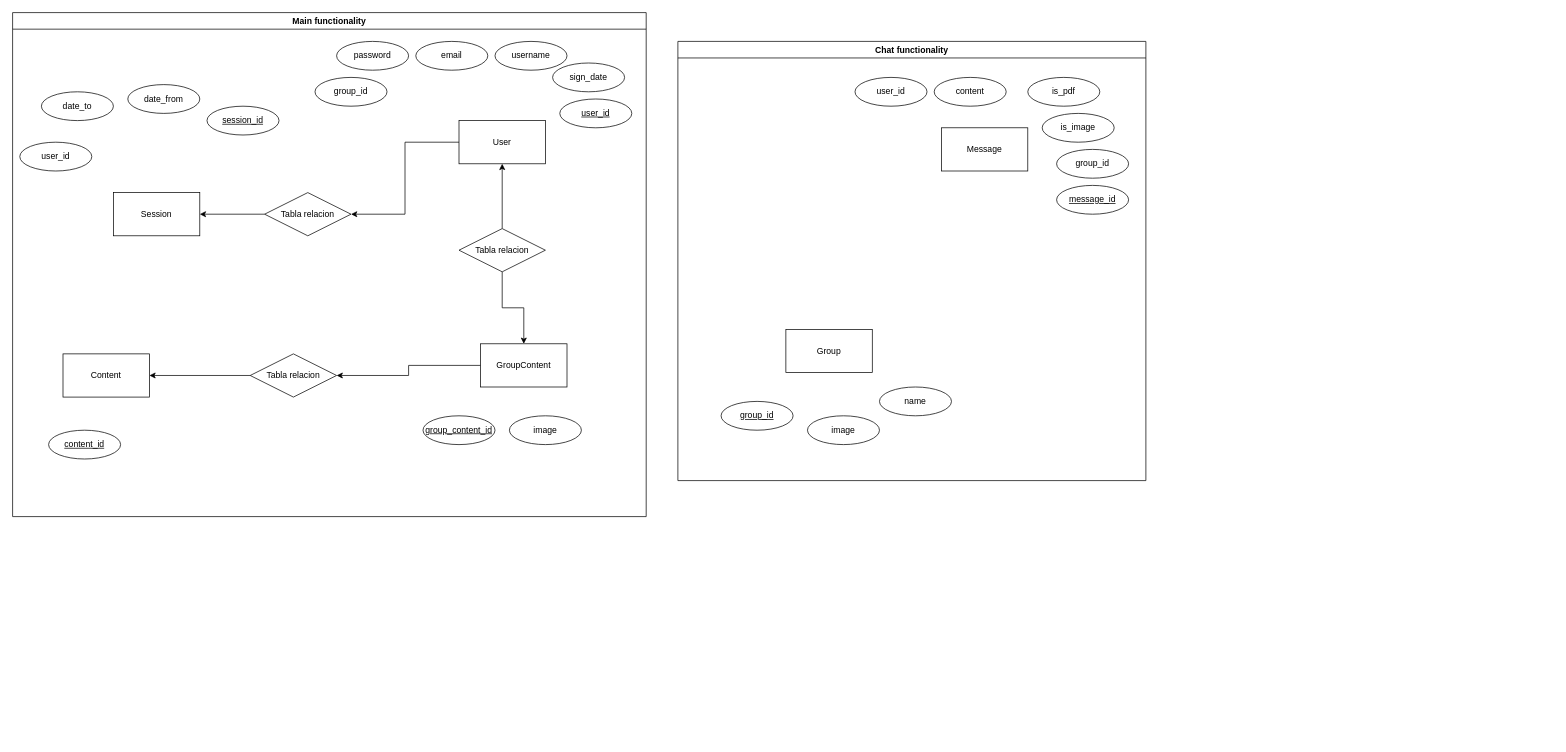
This is docs/mood-reboot-diagram.drawio from host4ideas/mood-reboot, a draw.io file, before an edit. Source tidied: cells renumbered, new cells numbered last; positions are measured from the earlier drawing's top-left corner, leaving out a move shared by most shapes. Both pictures are drawn from the tidied source at 72%, with x=0, y=0 at pixel (12, 12).
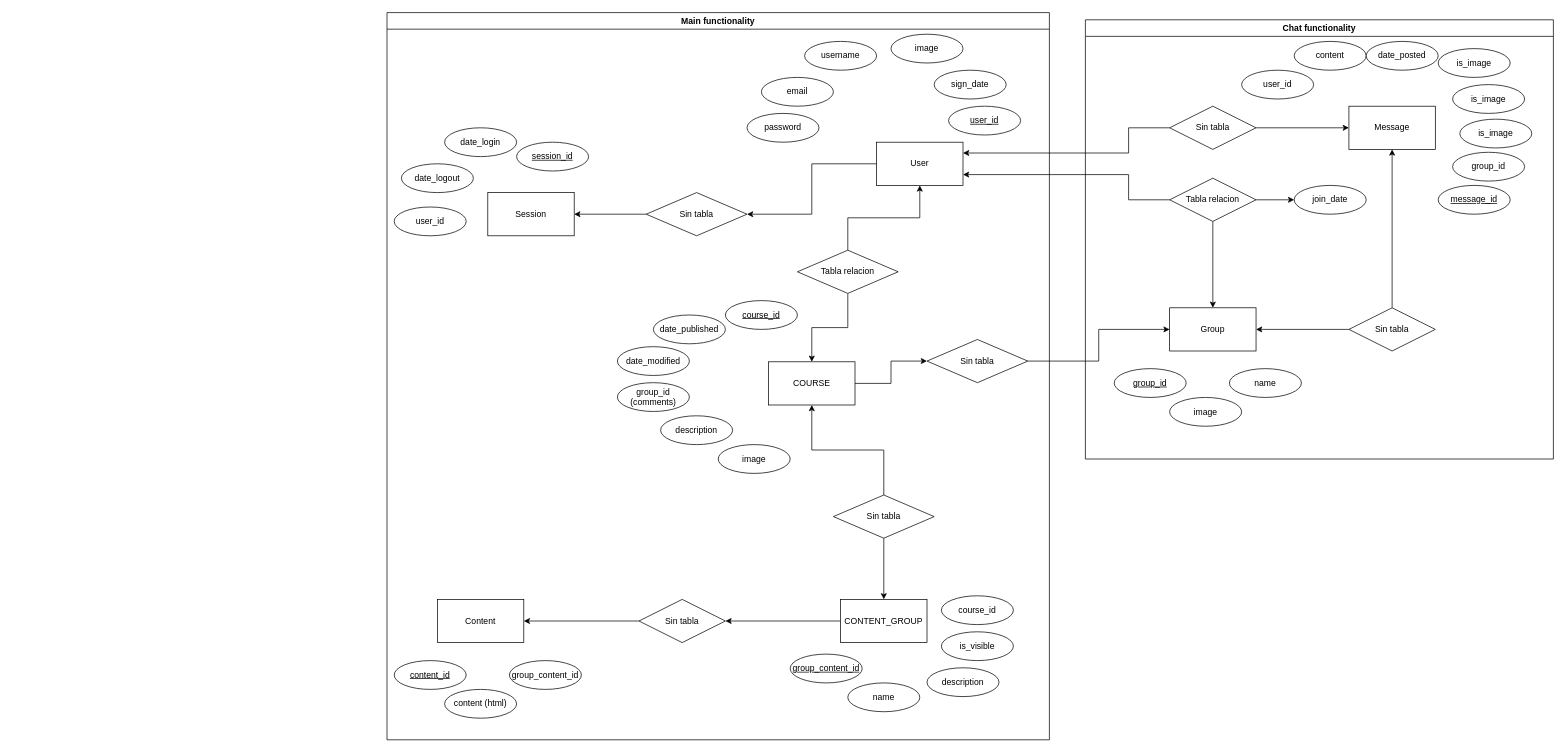
Above is the later version.

Unchanged cells that the change refers to:
```xml
<mxCell id="4" value="Message" style="rounded=0;whiteSpace=wrap;html=1;" parent="2" vertex="1">
  <mxGeometry x="366" y="120" width="120" height="60" as="geometry" />
</mxCell>
<mxCell id="19" value="Session" style="rounded=0;whiteSpace=wrap;html=1;" parent="14" vertex="1">
  <mxGeometry x="140" y="250" width="120" height="60" as="geometry" />
</mxCell>
```

The edit, as a diff of the source:
```diff
@@
     <mxCell id="2" value="Chat functionality" style="swimlane;whiteSpace=wrap;html=1;" parent="1" vertex="1">
-      <mxGeometry x="924" y="40" width="650" height="610" as="geometry" />
+      <mxGeometry x="1490" y="10" width="650" height="610" as="geometry" />
     </mxCell>
     <mxCell id="3" value="Group" style="rounded=0;whiteSpace=wrap;html=1;" parent="2" vertex="1">
-      <mxGeometry x="150" y="400" width="120" height="60" as="geometry" />
+      <mxGeometry x="117" y="400" width="120" height="60" as="geometry" />
     </mxCell>
@@
-    <mxCell id="5" value="user_id" style="ellipse;whiteSpace=wrap;html=1;align=center;" parent="2" vertex="1">
-      <mxGeometry x="246" y="50" width="100" height="40" as="geometry" />
-    </mxCell>
-    <mxCell id="6" value="image" style="ellipse;whiteSpace=wrap;html=1;align=center;" parent="2" vertex="1">
-      <mxGeometry x="180" y="520" width="100" height="40" as="geometry" />
-    </mxCell>
+    <mxCell id="41" value="user_id" style="ellipse;whiteSpace=wrap;html=1;align=center;" parent="2" vertex="1">
+      <mxGeometry x="217" y="70" width="100" height="40" as="geometry" />
+    </mxCell>
+    <mxCell id="42" value="image" style="ellipse;whiteSpace=wrap;html=1;align=center;" parent="2" vertex="1">
+      <mxGeometry x="117" y="524.5" width="100" height="40" as="geometry" />
+    </mxCell>
     <mxCell id="7" value="group_id" style="ellipse;whiteSpace=wrap;html=1;align=center;fontStyle=4;" parent="2" vertex="1">
-      <mxGeometry x="60" y="500" width="100" height="40" as="geometry" />
+      <mxGeometry x="40" y="484.5" width="100" height="40" as="geometry" />
     </mxCell>
     <mxCell id="8" value="message_id" style="ellipse;whiteSpace=wrap;html=1;align=center;fontStyle=4;" parent="2" vertex="1">
-      <mxGeometry x="526" y="200" width="100" height="40" as="geometry" />
+      <mxGeometry x="490" y="230" width="100" height="40" as="geometry" />
     </mxCell>
-    <mxCell id="9" value="group_id" style="ellipse;whiteSpace=wrap;html=1;align=center;" parent="2" vertex="1">
-      <mxGeometry x="526" y="150" width="100" height="40" as="geometry" />
-    </mxCell>
+    <mxCell id="43" value="group_id" style="ellipse;whiteSpace=wrap;html=1;align=center;" parent="2" vertex="1">
+      <mxGeometry x="510" y="184" width="100" height="40" as="geometry" />
+    </mxCell>
     <mxCell id="10" value="content" style="ellipse;whiteSpace=wrap;html=1;align=center;" parent="2" vertex="1">
-      <mxGeometry x="356" y="50" width="100" height="40" as="geometry" />
+      <mxGeometry x="290" y="30" width="100" height="40" as="geometry" />
     </mxCell>
-    <mxCell id="11" value="is_image" style="ellipse;whiteSpace=wrap;html=1;align=center;" parent="2" vertex="1">
-      <mxGeometry x="506" y="100" width="100" height="40" as="geometry" />
-    </mxCell>
-    <mxCell id="12" value="is_pdf" style="ellipse;whiteSpace=wrap;html=1;align=center;" parent="2" vertex="1">
-      <mxGeometry x="486" y="50" width="100" height="40" as="geometry" />
-    </mxCell>
-    <mxCell id="13" value="name" style="ellipse;whiteSpace=wrap;html=1;align=center;" parent="2" vertex="1">
-      <mxGeometry x="280" y="480" width="100" height="40" as="geometry" />
-    </mxCell>
+    <mxCell id="44" value="is_image" style="ellipse;whiteSpace=wrap;html=1;align=center;" parent="2" vertex="1">
+      <mxGeometry x="490" y="40" width="100" height="40" as="geometry" />
+    </mxCell>
+    <mxCell id="45" value="name" style="ellipse;whiteSpace=wrap;html=1;align=center;" parent="2" vertex="1">
+      <mxGeometry x="200" y="484.5" width="100" height="40" as="geometry" />
+    </mxCell>
+    <mxCell id="46" style="edgeStyle=orthogonalEdgeStyle;rounded=0;jettySize=auto;html=1;entryX=0;entryY=0.5;entryDx=0;entryDy=0;" parent="2" edge="1" source="47" target="4">
+      <mxGeometry relative="1" as="geometry" />
+    </mxCell>
+    <mxCell id="47" value="Sin tabla" style="shape=rhombus;perimeter=rhombusPerimeter;whiteSpace=wrap;html=1;align=center;" parent="2" vertex="1">
+      <mxGeometry x="117" y="120" width="120" height="60" as="geometry" />
+    </mxCell>
+    <mxCell id="48" style="edgeStyle=orthogonalEdgeStyle;rounded=0;jettySize=auto;html=1;exitX=0.5;exitY=1;exitDx=0;exitDy=0;entryX=0.5;entryY=0;entryDx=0;entryDy=0;" parent="2" edge="1" source="50" target="3">
+      <mxGeometry relative="1" as="geometry" />
+    </mxCell>
+    <mxCell id="49" style="edgeStyle=orthogonalEdgeStyle;rounded=0;jettySize=auto;html=1;entryX=0;entryY=0.5;entryDx=0;entryDy=0;" parent="2" edge="1" source="50" target="57">
+      <mxGeometry relative="1" as="geometry" />
+    </mxCell>
+    <mxCell id="50" value="Tabla relacion" style="shape=rhombus;perimeter=rhombusPerimeter;whiteSpace=wrap;html=1;align=center;" parent="2" vertex="1">
+      <mxGeometry x="117" y="220" width="120" height="60" as="geometry" />
+    </mxCell>
+    <mxCell id="51" style="edgeStyle=orthogonalEdgeStyle;rounded=0;jettySize=auto;html=1;entryX=1;entryY=0.5;entryDx=0;entryDy=0;" parent="2" edge="1" source="53" target="3">
+      <mxGeometry relative="1" as="geometry" />
+    </mxCell>
+    <mxCell id="52" style="edgeStyle=orthogonalEdgeStyle;rounded=0;jettySize=auto;html=1;entryX=0.5;entryY=1;entryDx=0;entryDy=0;" parent="2" edge="1" source="53" target="4">
+      <mxGeometry relative="1" as="geometry" />
+    </mxCell>
+    <mxCell id="53" value="Sin tabla" style="shape=rhombus;perimeter=rhombusPerimeter;whiteSpace=wrap;html=1;align=center;" parent="2" vertex="1">
+      <mxGeometry x="366" y="400" width="120" height="60" as="geometry" />
+    </mxCell>
+    <mxCell id="54" value="is_image" style="ellipse;whiteSpace=wrap;html=1;align=center;" parent="2" vertex="1">
+      <mxGeometry x="520" y="138" width="100" height="40" as="geometry" />
+    </mxCell>
+    <mxCell id="55" value="is_image" style="ellipse;whiteSpace=wrap;html=1;align=center;" parent="2" vertex="1">
+      <mxGeometry x="510" y="90" width="100" height="40" as="geometry" />
+    </mxCell>
+    <mxCell id="56" value="date_posted" style="ellipse;whiteSpace=wrap;html=1;align=center;" parent="2" vertex="1">
+      <mxGeometry x="390" y="30" width="100" height="40" as="geometry" />
+    </mxCell>
+    <mxCell id="57" value="join_date" style="ellipse;whiteSpace=wrap;html=1;align=center;" parent="2" vertex="1">
+      <mxGeometry x="290" y="230" width="100" height="40" as="geometry" />
+    </mxCell>
     <mxCell id="14" value="Main functionality" style="swimlane;whiteSpace=wrap;html=1;" parent="1" vertex="1">
-      <mxGeometry width="880" height="700" as="geometry" />
+      <mxGeometry x="520" width="920" height="1010" as="geometry" />
     </mxCell>
-    <mxCell id="15" style="edgeStyle=orthogonalEdgeStyle;rounded=0;jettySize=auto;html=1;exitX=0;exitY=0.5;exitDx=0;exitDy=0;entryX=1;entryY=0.5;entryDx=0;entryDy=0;" parent="14" edge="1" source="16" target="32">
-      <mxGeometry relative="1" as="geometry" />
-    </mxCell>
+    <mxCell id="58" style="edgeStyle=orthogonalEdgeStyle;rounded=0;jettySize=auto;html=1;exitX=0;exitY=0.5;exitDx=0;exitDy=0;entryX=1;entryY=0.5;entryDx=0;entryDy=0;" parent="14" edge="1" source="16" target="65">
+      <mxGeometry relative="1" as="geometry" />
+    </mxCell>
     <mxCell id="16" value="User" style="rounded=0;whiteSpace=wrap;html=1;" parent="14" vertex="1">
-      <mxGeometry x="620" y="150" width="120" height="60" as="geometry" />
+      <mxGeometry x="680" y="180" width="120" height="60" as="geometry" />
     </mxCell>
-    <mxCell id="17" style="edgeStyle=orthogonalEdgeStyle;rounded=0;jettySize=auto;html=1;exitX=0;exitY=0.5;exitDx=0;exitDy=0;entryX=1;entryY=0.5;entryDx=0;entryDy=0;" parent="14" edge="1" source="18" target="36">
-      <mxGeometry relative="1" as="geometry" />
-    </mxCell>
-    <mxCell id="18" value="GroupContent" style="rounded=0;whiteSpace=wrap;html=1;" parent="14" vertex="1">
-      <mxGeometry x="650" y="460" width="120" height="60" as="geometry" />
-    </mxCell>
+    <mxCell id="59" style="edgeStyle=orthogonalEdgeStyle;rounded=0;jettySize=auto;html=1;exitX=0;exitY=0.5;exitDx=0;exitDy=0;entryX=1;entryY=0.5;entryDx=0;entryDy=0;" parent="14" edge="1" source="60" target="67">
+      <mxGeometry relative="1" as="geometry" />
+    </mxCell>
+    <mxCell id="60" value="CONTENT_GROUP" style="rounded=0;whiteSpace=wrap;html=1;" parent="14" vertex="1">
+      <mxGeometry x="630" y="815" width="120" height="60" as="geometry" />
+    </mxCell>
@@
     <mxCell id="20" value="password" style="ellipse;whiteSpace=wrap;html=1;align=center;" parent="14" vertex="1">
-      <mxGeometry x="450" y="40" width="100" height="40" as="geometry" />
+      <mxGeometry x="500" y="140" width="100" height="40" as="geometry" />
     </mxCell>
     <mxCell id="21" value="email" style="ellipse;whiteSpace=wrap;html=1;align=center;" parent="14" vertex="1">
-      <mxGeometry x="560" y="40" width="100" height="40" as="geometry" />
+      <mxGeometry x="520" y="90" width="100" height="40" as="geometry" />
     </mxCell>
     <mxCell id="22" value="username" style="ellipse;whiteSpace=wrap;html=1;align=center;" parent="14" vertex="1">
-      <mxGeometry x="670" y="40" width="100" height="40" as="geometry" />
+      <mxGeometry x="580" y="40" width="100" height="40" as="geometry" />
     </mxCell>
     <mxCell id="23" value="sign_date" style="ellipse;whiteSpace=wrap;html=1;align=center;" parent="14" vertex="1">
-      <mxGeometry x="750" y="70" width="100" height="40" as="geometry" />
+      <mxGeometry x="760" y="80" width="100" height="40" as="geometry" />
     </mxCell>
-    <mxCell id="24" value="date_from" style="ellipse;whiteSpace=wrap;html=1;align=center;" parent="14" vertex="1">
-      <mxGeometry x="160" y="100" width="100" height="40" as="geometry" />
-    </mxCell>
-    <mxCell id="25" value="date_to" style="ellipse;whiteSpace=wrap;html=1;align=center;" parent="14" vertex="1">
-      <mxGeometry x="40" y="110" width="100" height="40" as="geometry" />
-    </mxCell>
-    <mxCell id="26" value="session_id" style="ellipse;whiteSpace=wrap;html=1;align=center;fontStyle=4;" parent="14" vertex="1">
-      <mxGeometry x="270" y="130" width="100" height="40" as="geometry" />
-    </mxCell>
-    <mxCell id="27" value="user_id" style="ellipse;whiteSpace=wrap;html=1;align=center;" parent="14" vertex="1">
-      <mxGeometry x="10" y="180" width="100" height="40" as="geometry" />
-    </mxCell>
+    <mxCell id="61" value="date_login" style="ellipse;whiteSpace=wrap;html=1;align=center;" parent="14" vertex="1">
+      <mxGeometry x="80" y="160" width="100" height="40" as="geometry" />
+    </mxCell>
+    <mxCell id="62" value="date_logout" style="ellipse;whiteSpace=wrap;html=1;align=center;" parent="14" vertex="1">
+      <mxGeometry x="20" y="210" width="100" height="40" as="geometry" />
+    </mxCell>
+    <mxCell id="63" value="user_id" style="ellipse;whiteSpace=wrap;html=1;align=center;" parent="14" vertex="1">
+      <mxGeometry x="10" y="270" width="100" height="40" as="geometry" />
+    </mxCell>
     <mxCell id="28" value="Content" style="rounded=0;whiteSpace=wrap;html=1;" parent="14" vertex="1">
-      <mxGeometry x="70" y="474" width="120" height="60" as="geometry" />
+      <mxGeometry x="70" y="815" width="120" height="60" as="geometry" />
     </mxCell>
-    <mxCell id="29" value="group_id" style="ellipse;whiteSpace=wrap;html=1;align=center;" parent="14" vertex="1">
-      <mxGeometry x="420" y="90" width="100" height="40" as="geometry" />
-    </mxCell>
     <mxCell id="30" value="user_id" style="ellipse;whiteSpace=wrap;html=1;align=center;fontStyle=4;" parent="14" vertex="1">
-      <mxGeometry x="760" y="120" width="100" height="40" as="geometry" />
+      <mxGeometry x="780" y="130" width="100" height="40" as="geometry" />
     </mxCell>
-    <mxCell id="31" style="edgeStyle=orthogonalEdgeStyle;rounded=0;jettySize=auto;html=1;exitX=0;exitY=0.5;exitDx=0;exitDy=0;entryX=1;entryY=0.5;entryDx=0;entryDy=0;" parent="14" edge="1" source="32" target="19">
-      <mxGeometry relative="1" as="geometry" />
-    </mxCell>
-    <mxCell id="32" value="Tabla relacion" style="shape=rhombus;perimeter=rhombusPerimeter;whiteSpace=wrap;html=1;align=center;" parent="14" vertex="1">
-      <mxGeometry x="350" y="250" width="120" height="60" as="geometry" />
-    </mxCell>
+    <mxCell id="64" style="edgeStyle=orthogonalEdgeStyle;rounded=0;jettySize=auto;html=1;exitX=0;exitY=0.5;exitDx=0;exitDy=0;entryX=1;entryY=0.5;entryDx=0;entryDy=0;" parent="14" edge="1" source="65" target="19">
+      <mxGeometry relative="1" as="geometry" />
+    </mxCell>
+    <mxCell id="65" value="Sin tabla" style="shape=rhombus;perimeter=rhombusPerimeter;whiteSpace=wrap;html=1;align=center;" parent="14" vertex="1">
+      <mxGeometry x="360" y="250" width="140" height="60" as="geometry" />
+    </mxCell>
     <mxCell id="33" value="group_content_id" style="ellipse;whiteSpace=wrap;html=1;align=center;fontStyle=4;" parent="14" vertex="1">
-      <mxGeometry x="570" y="560" width="100" height="40" as="geometry" />
+      <mxGeometry x="560" y="891" width="100" height="40" as="geometry" />
     </mxCell>
     <mxCell id="34" value="content_id" style="ellipse;whiteSpace=wrap;html=1;align=center;fontStyle=4;" parent="14" vertex="1">
-      <mxGeometry x="50" y="580" width="100" height="40" as="geometry" />
+      <mxGeometry x="10" y="900" width="100" height="40" as="geometry" />
     </mxCell>
-    <mxCell id="35" style="edgeStyle=orthogonalEdgeStyle;rounded=0;jettySize=auto;html=1;entryX=1;entryY=0.5;entryDx=0;entryDy=0;" parent="14" edge="1" source="36" target="28">
-      <mxGeometry relative="1" as="geometry" />
-    </mxCell>
-    <mxCell id="36" value="Tabla relacion" style="shape=rhombus;perimeter=rhombusPerimeter;whiteSpace=wrap;html=1;align=center;" parent="14" vertex="1">
-      <mxGeometry x="330" y="474" width="120" height="60" as="geometry" />
-    </mxCell>
-    <mxCell id="37" value="image" style="ellipse;whiteSpace=wrap;html=1;align=center;" parent="14" vertex="1">
-      <mxGeometry x="690" y="560" width="100" height="40" as="geometry" />
-    </mxCell>
-    <mxCell id="38" style="edgeStyle=orthogonalEdgeStyle;rounded=0;jettySize=auto;html=1;entryX=0.5;entryY=1;entryDx=0;entryDy=0;" parent="14" edge="1" source="40" target="16">
-      <mxGeometry relative="1" as="geometry" />
-    </mxCell>
-    <mxCell id="39" style="edgeStyle=orthogonalEdgeStyle;rounded=0;jettySize=auto;html=1;entryX=0.5;entryY=0;entryDx=0;entryDy=0;" parent="14" edge="1" source="40" target="18">
-      <mxGeometry relative="1" as="geometry" />
-    </mxCell>
-    <mxCell id="40" value="Tabla relacion" style="shape=rhombus;perimeter=rhombusPerimeter;whiteSpace=wrap;html=1;align=center;" parent="14" vertex="1">
-      <mxGeometry x="620" y="300" width="120" height="60" as="geometry" />
-    </mxCell>
+    <mxCell id="66" style="edgeStyle=orthogonalEdgeStyle;rounded=0;jettySize=auto;html=1;entryX=1;entryY=0.5;entryDx=0;entryDy=0;" parent="14" edge="1" source="67" target="28">
+      <mxGeometry relative="1" as="geometry" />
+    </mxCell>
+    <mxCell id="67" value="Sin tabla" style="shape=rhombus;perimeter=rhombusPerimeter;whiteSpace=wrap;html=1;align=center;" parent="14" vertex="1">
+      <mxGeometry x="350" y="815" width="120" height="60" as="geometry" />
+    </mxCell>
+    <mxCell id="68" value="content (html)" style="ellipse;whiteSpace=wrap;html=1;align=center;" parent="14" vertex="1">
+      <mxGeometry x="80" y="940" width="100" height="40" as="geometry" />
+    </mxCell>
+    <mxCell id="69" style="edgeStyle=orthogonalEdgeStyle;rounded=0;jettySize=auto;html=1;exitX=1;exitY=0.5;exitDx=0;exitDy=0;entryX=0;entryY=0.5;entryDx=0;entryDy=0;" parent="14" edge="1" source="70" target="83">
+      <mxGeometry relative="1" as="geometry" />
+    </mxCell>
+    <mxCell id="70" value="COURSE" style="rounded=0;whiteSpace=wrap;html=1;" parent="14" vertex="1">
+      <mxGeometry x="530" y="485" width="120" height="60" as="geometry" />
+    </mxCell>
+    <mxCell id="71" style="edgeStyle=orthogonalEdgeStyle;rounded=0;jettySize=auto;html=1;exitX=0.5;exitY=1;exitDx=0;exitDy=0;entryX=0.5;entryY=0;entryDx=0;entryDy=0;" parent="14" edge="1" source="73" target="70">
+      <mxGeometry relative="1" as="geometry" />
+    </mxCell>
+    <mxCell id="72" style="edgeStyle=orthogonalEdgeStyle;rounded=0;jettySize=auto;html=1;exitX=0.5;exitY=0;exitDx=0;exitDy=0;entryX=0.5;entryY=1;entryDx=0;entryDy=0;" parent="14" edge="1" source="73" target="16">
+      <mxGeometry relative="1" as="geometry" />
+    </mxCell>
+    <mxCell id="73" value="Tabla relacion" style="shape=rhombus;perimeter=rhombusPerimeter;whiteSpace=wrap;html=1;align=center;" parent="14" vertex="1">
+      <mxGeometry x="570" y="330" width="140" height="60" as="geometry" />
+    </mxCell>
+    <mxCell id="74" style="edgeStyle=orthogonalEdgeStyle;rounded=0;jettySize=auto;html=1;exitX=0.5;exitY=1;exitDx=0;exitDy=0;entryX=0.5;entryY=0;entryDx=0;entryDy=0;" parent="14" edge="1" source="76" target="60">
+      <mxGeometry relative="1" as="geometry" />
+    </mxCell>
+    <mxCell id="75" style="edgeStyle=orthogonalEdgeStyle;rounded=0;jettySize=auto;html=1;exitX=0.5;exitY=0;exitDx=0;exitDy=0;entryX=0.5;entryY=1;entryDx=0;entryDy=0;" parent="14" edge="1" source="76" target="70">
+      <mxGeometry relative="1" as="geometry" />
+    </mxCell>
+    <mxCell id="76" value="Sin tabla" style="shape=rhombus;perimeter=rhombusPerimeter;whiteSpace=wrap;html=1;align=center;" parent="14" vertex="1">
+      <mxGeometry x="620" y="670" width="140" height="60" as="geometry" />
+    </mxCell>
+    <mxCell id="77" value="name" style="ellipse;whiteSpace=wrap;html=1;align=center;" parent="14" vertex="1">
+      <mxGeometry x="640" y="931" width="100" height="40" as="geometry" />
+    </mxCell>
+    <mxCell id="78" value="description" style="ellipse;whiteSpace=wrap;html=1;align=center;" parent="14" vertex="1">
+      <mxGeometry x="750" y="910" width="100" height="40" as="geometry" />
+    </mxCell>
+    <mxCell id="79" value="course_id" style="ellipse;whiteSpace=wrap;html=1;align=center;fontStyle=4;" parent="14" vertex="1">
+      <mxGeometry x="470" y="400" width="100" height="40" as="geometry" />
+    </mxCell>
+    <mxCell id="80" value="date_modified" style="ellipse;whiteSpace=wrap;html=1;align=center;" parent="14" vertex="1">
+      <mxGeometry x="320" y="464" width="100" height="40" as="geometry" />
+    </mxCell>
+    <mxCell id="81" value="date_published" style="ellipse;whiteSpace=wrap;html=1;align=center;" parent="14" vertex="1">
+      <mxGeometry x="370" y="420" width="100" height="40" as="geometry" />
+    </mxCell>
+    <mxCell id="26" value="session_id" style="ellipse;whiteSpace=wrap;html=1;align=center;fontStyle=4;" parent="14" vertex="1">
+      <mxGeometry x="180" y="180" width="100" height="40" as="geometry" />
+    </mxCell>
+    <mxCell id="82" value="group_id (comments)" style="ellipse;whiteSpace=wrap;html=1;align=center;" parent="14" vertex="1">
+      <mxGeometry x="320" y="514" width="100" height="40" as="geometry" />
+    </mxCell>
+    <mxCell id="83" value="Sin tabla" style="shape=rhombus;perimeter=rhombusPerimeter;whiteSpace=wrap;html=1;align=center;" parent="14" vertex="1">
+      <mxGeometry x="750" y="454" width="140" height="60" as="geometry" />
+    </mxCell>
+    <mxCell id="84" value="image" style="ellipse;whiteSpace=wrap;html=1;align=center;" parent="14" vertex="1">
+      <mxGeometry x="460" y="600" width="100" height="40" as="geometry" />
+    </mxCell>
+    <mxCell id="85" value="description" style="ellipse;whiteSpace=wrap;html=1;align=center;" parent="14" vertex="1">
+      <mxGeometry x="380" y="560" width="100" height="40" as="geometry" />
+    </mxCell>
+    <mxCell id="86" value="group_content_id" style="ellipse;whiteSpace=wrap;html=1;align=center;" parent="14" vertex="1">
+      <mxGeometry x="170" y="900" width="100" height="40" as="geometry" />
+    </mxCell>
+    <mxCell id="87" value="is_visible" style="ellipse;whiteSpace=wrap;html=1;align=center;" parent="14" vertex="1">
+      <mxGeometry x="770" y="860" width="100" height="40" as="geometry" />
+    </mxCell>
+    <mxCell id="88" value="course_id" style="ellipse;whiteSpace=wrap;html=1;align=center;" parent="14" vertex="1">
+      <mxGeometry x="770" y="810" width="100" height="40" as="geometry" />
+    </mxCell>
+    <mxCell id="89" value="image" style="ellipse;whiteSpace=wrap;html=1;align=center;" parent="14" vertex="1">
+      <mxGeometry x="700" y="30" width="100" height="40" as="geometry" />
+    </mxCell>
+    <mxCell id="90" style="edgeStyle=orthogonalEdgeStyle;rounded=0;jettySize=auto;html=1;exitX=0;exitY=0.5;exitDx=0;exitDy=0;entryX=1;entryY=0.25;entryDx=0;entryDy=0;" parent="1" edge="1" source="47" target="16">
+      <mxGeometry relative="1" as="geometry">
+        <Array as="points">
+          <mxPoint x="1550" y="160" />
+          <mxPoint x="1550" y="195" />
+        </Array>
+      </mxGeometry>
+    </mxCell>
+    <mxCell id="91" style="edgeStyle=orthogonalEdgeStyle;rounded=0;jettySize=auto;html=1;exitX=0;exitY=0.5;exitDx=0;exitDy=0;entryX=1;entryY=0.75;entryDx=0;entryDy=0;" parent="1" edge="1" source="50" target="16">
+      <mxGeometry relative="1" as="geometry">
+        <Array as="points">
+          <mxPoint x="1550" y="260" />
+          <mxPoint x="1550" y="225" />
+        </Array>
+      </mxGeometry>
+    </mxCell>
+    <mxCell id="92" style="edgeStyle=orthogonalEdgeStyle;rounded=0;jettySize=auto;html=1;entryX=0;entryY=0.5;entryDx=0;entryDy=0;" parent="1" edge="1" source="83" target="3">
+      <mxGeometry relative="1" as="geometry" />
+    </mxCell>
```
